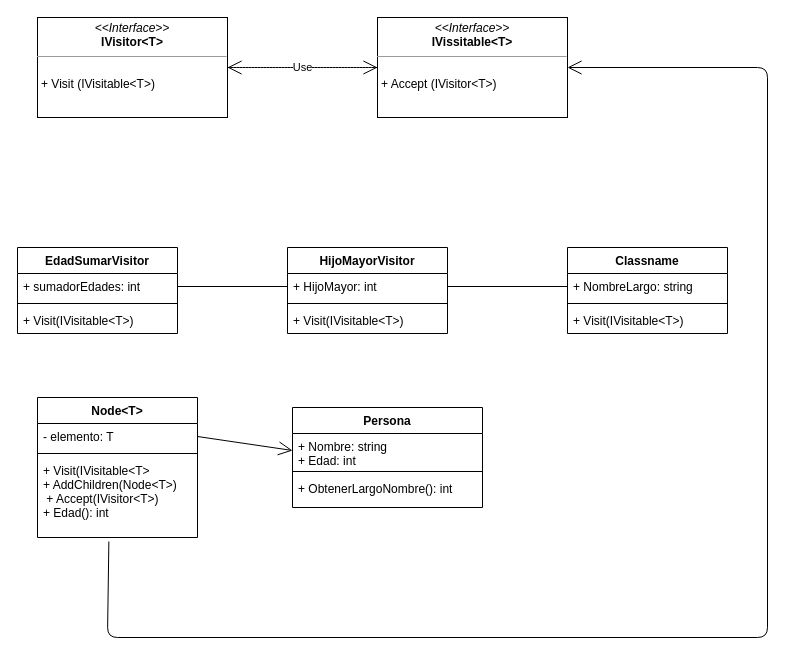
This is UML.drawio from Lucasr005/FamiliyTree, a draw.io file, before an edit. Source tidied: cells renumbered, new cells numbered last; positions are measured from the earlier drawing's top-left corner, leaving out a move shared by most shapes. Both pictures are drawn from the tidied source at 100%, with x=0, y=0 at pixel (17, 17).
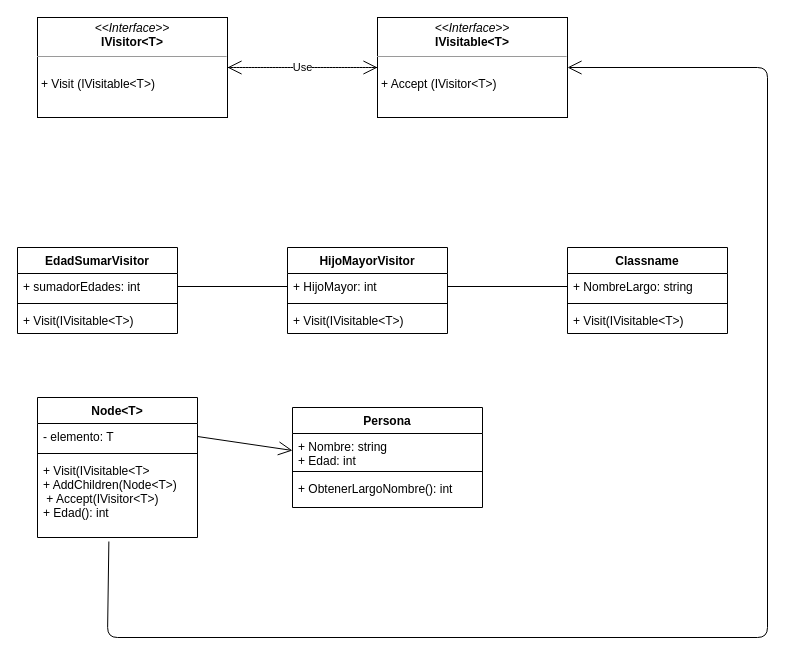
After the change.

Change to the diagram source:
```diff
@@
-    <mxCell id="3" value="&lt;p style=&quot;margin:0px;margin-top:4px;text-align:center;&quot;&gt;&lt;i&gt;&amp;lt;&amp;lt;Interface&amp;gt;&amp;gt;&lt;/i&gt;&lt;br&gt;&lt;b&gt;IVissitable&amp;lt;T&amp;gt;&lt;/b&gt;&lt;/p&gt;&lt;hr size=&quot;1&quot;&gt;&lt;p style=&quot;margin:0px;margin-left:4px;&quot;&gt;&lt;span style=&quot;background-color: initial;&quot;&gt;&lt;br&gt;&lt;/span&gt;&lt;/p&gt;&lt;p style=&quot;margin:0px;margin-left:4px;&quot;&gt;&lt;span style=&quot;background-color: initial;&quot;&gt;+ Accept (IVisitor&amp;lt;T&amp;gt;)&lt;/span&gt;&lt;/p&gt;&lt;p style=&quot;margin:0px;margin-left:4px;&quot;&gt;&lt;br&gt;&lt;/p&gt;" style="verticalAlign=top;align=left;overflow=fill;fontSize=12;fontFamily=Helvetica;html=1;" parent="1" vertex="1">
+    <mxCell id="3" value="&lt;p style=&quot;margin:0px;margin-top:4px;text-align:center;&quot;&gt;&lt;i&gt;&amp;lt;&amp;lt;Interface&amp;gt;&amp;gt;&lt;/i&gt;&lt;br&gt;&lt;b&gt;IVisitable&amp;lt;T&amp;gt;&lt;/b&gt;&lt;/p&gt;&lt;hr size=&quot;1&quot;&gt;&lt;p style=&quot;margin:0px;margin-left:4px;&quot;&gt;&lt;span style=&quot;background-color: initial;&quot;&gt;&lt;br&gt;&lt;/span&gt;&lt;/p&gt;&lt;p style=&quot;margin:0px;margin-left:4px;&quot;&gt;&lt;span style=&quot;background-color: initial;&quot;&gt;+ Accept (IVisitor&amp;lt;T&amp;gt;)&lt;/span&gt;&lt;/p&gt;&lt;p style=&quot;margin:0px;margin-left:4px;&quot;&gt;&lt;br&gt;&lt;/p&gt;" style="verticalAlign=top;align=left;overflow=fill;fontSize=12;fontFamily=Helvetica;html=1;" parent="1" vertex="1">
       <mxGeometry x="360" width="190" height="100" as="geometry" />
     </mxCell>
```
